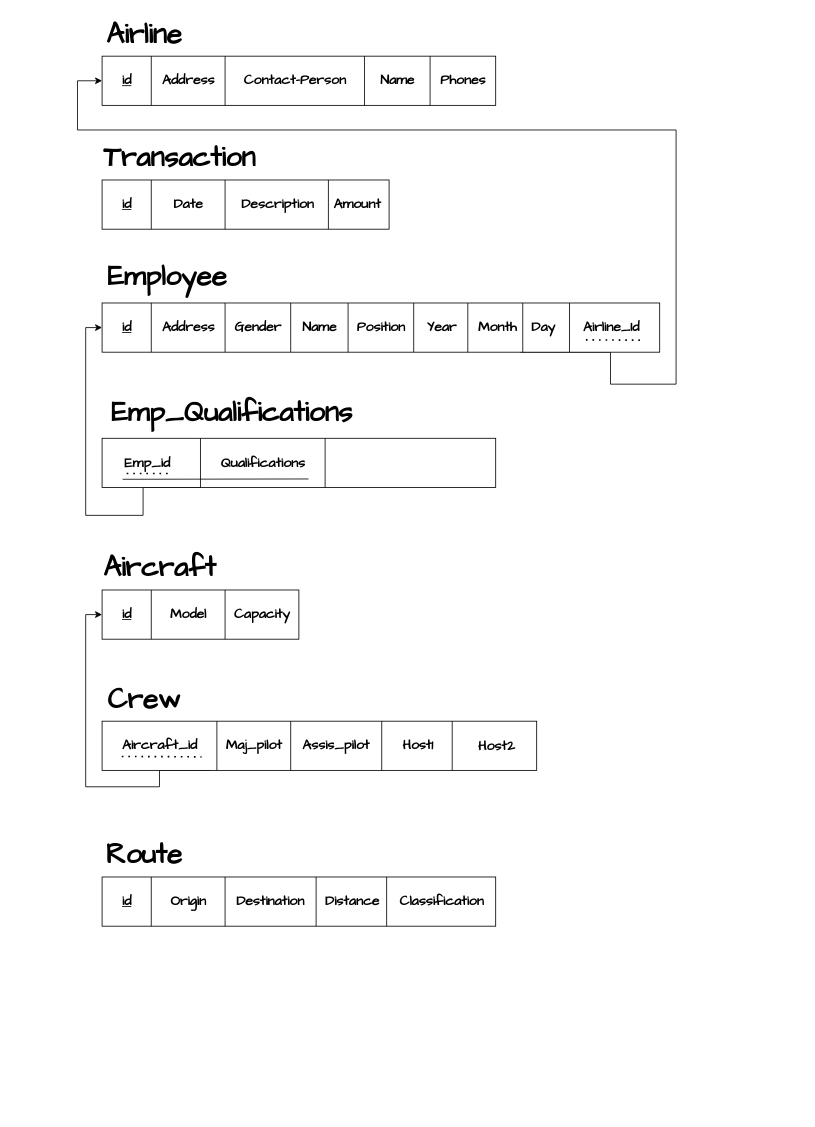
you22ef/ERDs keeps this draw.io diagram as Mapping.drawio. Above is the earlier version. Source tidied: cells renumbered, new cells numbered last; positions are measured from the earlier drawing's top-left corner, leaving out a move shared by most shapes. Both pictures are drawn from the tidied source at 82%, with x=0, y=0 at pixel (77, 14).
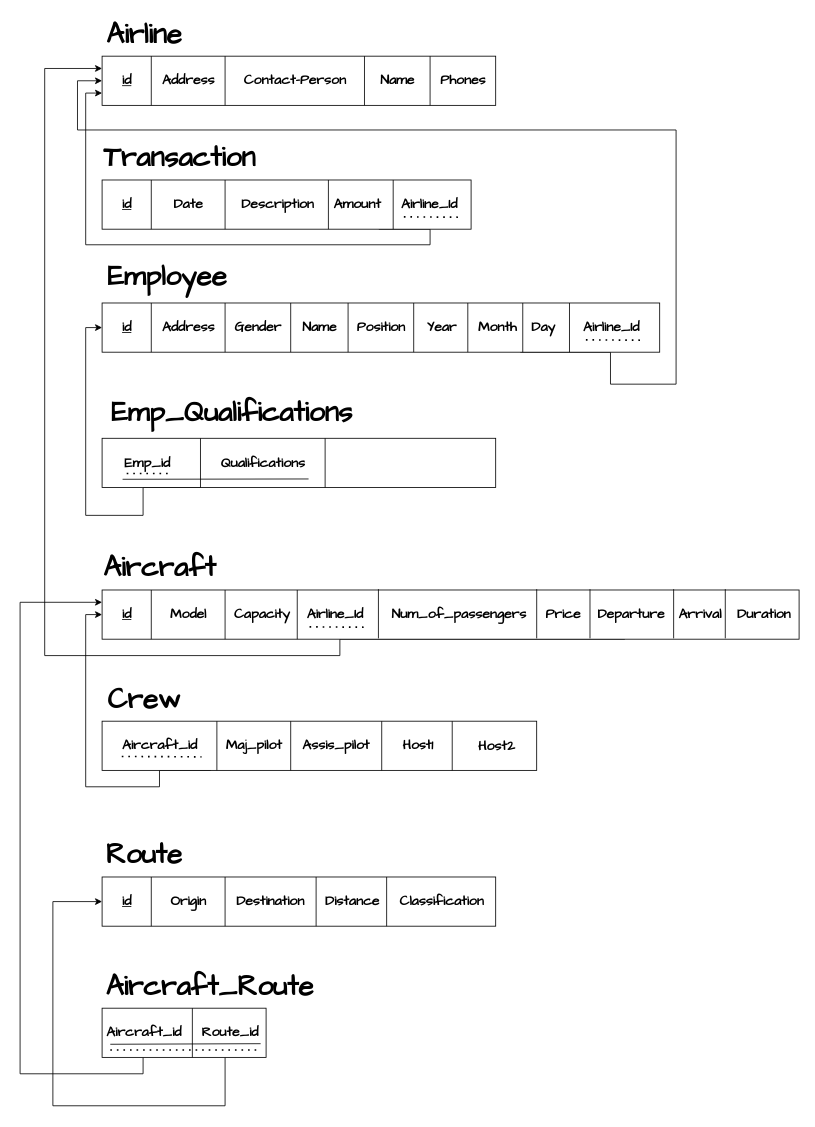
The same diagram, later.

The change refers to these unchanged cells:
```xml
<mxCell id="45" style="rounded=0;whiteSpace=wrap;html=1;" parent="1" vertex="1">
  <mxGeometry x="30" y="1052" width="480" height="60" as="geometry" />
</mxCell>
<mxCell id="69" style="rounded=0;whiteSpace=wrap;html=1;" parent="1" vertex="1">
  <mxGeometry x="30" y="51" width="480" height="60" as="geometry" />
</mxCell>
```

Diff of the diagram source:
```diff
@@
+    <mxCell id="83" style="edgeStyle=orthogonalEdgeStyle;rounded=0;jettySize=auto;html=1;exitX=0.75;exitY=1;exitDx=0;exitDy=0;entryX=0;entryY=0.75;entryDx=0;entryDy=0;" parent="1" edge="1" source="2" target="69">
+      <mxGeometry relative="1" as="geometry">
+        <Array as="points">
+          <mxPoint x="430" y="262" />
+          <mxPoint x="430" y="281" />
+          <mxPoint x="10" y="281" />
+          <mxPoint x="10" y="96" />
+        </Array>
+      </mxGeometry>
+    </mxCell>
     <mxCell id="2" style="rounded=0;whiteSpace=wrap;html=1;" parent="1" vertex="1">
-      <mxGeometry x="30" y="202" width="350" height="60" as="geometry" />
+      <mxGeometry x="30" y="202" width="450" height="60" as="geometry" />
     </mxCell>
@@
+    <mxCell id="84" style="edgeStyle=orthogonalEdgeStyle;rounded=0;jettySize=auto;html=1;exitX=0.75;exitY=1;exitDx=0;exitDy=0;entryX=0;entryY=0.25;entryDx=0;entryDy=0;" parent="1" edge="1" source="38" target="69">
+      <mxGeometry relative="1" as="geometry">
+        <Array as="points">
+          <mxPoint x="320" y="762" />
+          <mxPoint x="320" y="782" />
+          <mxPoint x="-40" y="782" />
+          <mxPoint x="-40" y="66" />
+        </Array>
+      </mxGeometry>
+    </mxCell>
     <mxCell id="38" style="rounded=0;whiteSpace=wrap;html=1;" parent="1" vertex="1">
-      <mxGeometry x="30" y="702" width="240" height="60" as="geometry" />
+      <mxGeometry x="30" y="702" width="850" height="60" as="geometry" />
     </mxCell>
@@
+    <mxCell id="85" style="endArrow=none;dashed=1;html=1;dashPattern=1 3;strokeWidth=2;rounded=0;entryX=0.912;entryY=1.013;entryDx=0;entryDy=0;entryPerimeter=0;" parent="1" edge="1" target="86">
+      <mxGeometry relative="1" as="geometry">
+        <mxPoint x="398" y="247" as="sourcePoint" />
+      </mxGeometry>
+    </mxCell>
+    <mxCell id="86" value="&lt;font face=&quot;Architects Daughter&quot;&gt;&lt;span style=&quot;font-size: 17px;&quot;&gt;&lt;b&gt;Airline_Id&lt;/b&gt;&lt;/span&gt;&lt;/font&gt;" style="text;html=1;align=center;verticalAlign=middle;points=[];strokeColor=none;fillColor=none;" parent="1" vertex="1">
+      <mxGeometry x="384" y="217" width="90" height="30" as="geometry" />
+    </mxCell>
+    <mxCell id="87" style="endArrow=none;html=1;rounded=0;" parent="1" edge="1">
+      <mxGeometry relative="1" as="geometry">
+        <mxPoint x="385" y="262" as="sourcePoint" />
+        <mxPoint x="385" y="202" as="targetPoint" />
+      </mxGeometry>
+    </mxCell>
+    <mxCell id="88" style="endArrow=none;html=1;rounded=0;" parent="1" edge="1">
+      <mxGeometry relative="1" as="geometry">
+        <mxPoint x="268" y="762" as="sourcePoint" />
+        <mxPoint x="268" y="702" as="targetPoint" />
+      </mxGeometry>
+    </mxCell>
+    <mxCell id="89" value="&lt;font face=&quot;Architects Daughter&quot;&gt;&lt;span style=&quot;font-size: 17px;&quot;&gt;&lt;b&gt;Airline_Id&lt;/b&gt;&lt;/span&gt;&lt;/font&gt;" style="text;html=1;align=center;verticalAlign=middle;points=[];strokeColor=none;fillColor=none;" parent="1" vertex="1">
+      <mxGeometry x="269" y="717" width="90" height="30" as="geometry" />
+    </mxCell>
+    <mxCell id="90" style="endArrow=none;dashed=1;html=1;dashPattern=1 3;strokeWidth=2;rounded=0;entryX=0.912;entryY=1.013;entryDx=0;entryDy=0;entryPerimeter=0;" parent="1" edge="1" target="89">
+      <mxGeometry relative="1" as="geometry">
+        <mxPoint x="283" y="747" as="sourcePoint" />
+      </mxGeometry>
+    </mxCell>
+    <mxCell id="91" style="edgeStyle=orthogonalEdgeStyle;rounded=0;jettySize=auto;html=1;exitX=0.25;exitY=1;exitDx=0;exitDy=0;entryX=0;entryY=0.25;entryDx=0;entryDy=0;" parent="1" edge="1" source="93" target="38">
+      <mxGeometry relative="1" as="geometry">
+        <Array as="points">
+          <mxPoint x="80" y="1292" />
+          <mxPoint x="-70" y="1292" />
+          <mxPoint x="-70" y="717" />
+        </Array>
+      </mxGeometry>
+    </mxCell>
+    <mxCell id="92" style="edgeStyle=orthogonalEdgeStyle;rounded=0;jettySize=auto;html=1;exitX=0.75;exitY=1;exitDx=0;exitDy=0;entryX=0;entryY=0.5;entryDx=0;entryDy=0;" parent="1" edge="1" source="93" target="45">
+      <mxGeometry relative="1" as="geometry">
+        <Array as="points">
+          <mxPoint x="180" y="1331" />
+          <mxPoint x="-30" y="1331" />
+          <mxPoint x="-30" y="1082" />
+        </Array>
+      </mxGeometry>
+    </mxCell>
+    <mxCell id="93" style="rounded=0;whiteSpace=wrap;html=1;" parent="1" vertex="1">
+      <mxGeometry x="30" y="1212" width="200" height="60" as="geometry" />
+    </mxCell>
+    <mxCell id="94" style="endArrow=none;html=1;rounded=0;" parent="1" edge="1">
+      <mxGeometry relative="1" as="geometry">
+        <mxPoint x="140.1" y="1272" as="sourcePoint" />
+        <mxPoint x="140.1" y="1212" as="targetPoint" />
+      </mxGeometry>
+    </mxCell>
+    <mxCell id="95" value="&lt;font style=&quot;font-size: 34px;&quot; face=&quot;Architects Daughter&quot;&gt;&lt;b&gt;Aircraft_Route&lt;/b&gt;&lt;/font&gt;" style="text;html=1;align=center;verticalAlign=middle;strokeColor=none;fillColor=none;" parent="1" vertex="1">
+      <mxGeometry x="21" y="1161" width="280" height="50" as="geometry" />
+    </mxCell>
+    <mxCell id="96" value="&lt;font style=&quot;font-size: 17px;&quot; face=&quot;Architects Daughter&quot;&gt;&lt;b&gt;Aircraft_id&lt;/b&gt;&lt;/font&gt;" style="text;html=1;align=center;verticalAlign=middle;strokeColor=none;fillColor=none;fontStyle=0;" parent="1" vertex="1">
+      <mxGeometry x="21" y="1227" width="120" height="30" as="geometry" />
+    </mxCell>
+    <mxCell id="97" value="&lt;font style=&quot;font-size: 17px;&quot; face=&quot;Architects Daughter&quot;&gt;&lt;b&gt;Route_id&lt;/b&gt;&lt;/font&gt;" style="text;html=1;align=center;verticalAlign=middle;points=[];strokeColor=none;fillColor=none;" parent="1" vertex="1">
+      <mxGeometry x="141" y="1227" width="90" height="30" as="geometry" />
+    </mxCell>
+    <mxCell id="98" style="endArrow=none;html=1;rounded=0;entryX=0.915;entryY=0.943;entryDx=0;entryDy=0;entryPerimeter=0;" parent="1" edge="1" target="97">
+      <mxGeometry relative="1" as="geometry">
+        <mxPoint x="40" y="1256" as="sourcePoint" />
+      </mxGeometry>
+    </mxCell>
+    <mxCell id="99" style="endArrow=none;dashed=1;html=1;dashPattern=1 3;strokeWidth=2;rounded=0;" parent="1" edge="1">
+      <mxGeometry relative="1" as="geometry">
+        <mxPoint x="40" y="1263" as="sourcePoint" />
+        <mxPoint x="223" y="1263" as="targetPoint" />
+      </mxGeometry>
+    </mxCell>
+    <mxCell id="100" value="&lt;font style=&quot;font-size: 17px;&quot; face=&quot;Architects Daughter&quot;&gt;&lt;b&gt;Num_of_passengers&lt;/b&gt;&lt;/font&gt;" style="text;html=1;align=center;verticalAlign=middle;strokeColor=none;fillColor=none;" parent="1" vertex="1">
+      <mxGeometry x="370" y="717" width="190" height="30" as="geometry" />
+    </mxCell>
+    <mxCell id="101" style="endArrow=none;html=1;rounded=0;" parent="1" edge="1">
+      <mxGeometry relative="1" as="geometry">
+        <mxPoint x="367" y="761" as="sourcePoint" />
+        <mxPoint x="367" y="701" as="targetPoint" />
+      </mxGeometry>
+    </mxCell>
+    <mxCell id="102" style="endArrow=none;html=1;rounded=0;" parent="1" edge="1">
+      <mxGeometry relative="1" as="geometry">
+        <mxPoint x="560" y="761" as="sourcePoint" />
+        <mxPoint x="560" y="701" as="targetPoint" />
+      </mxGeometry>
+    </mxCell>
+    <mxCell id="103" value="&lt;font style=&quot;font-size: 17px;&quot; face=&quot;Architects Daughter&quot;&gt;&lt;b&gt;Price&lt;/b&gt;&lt;/font&gt;" style="text;html=1;align=center;verticalAlign=middle;strokeColor=none;fillColor=none;" parent="1" vertex="1">
+      <mxGeometry x="557" y="717" width="70" height="30" as="geometry" />
+    </mxCell>
+    <mxCell id="104" style="endArrow=none;html=1;rounded=0;" parent="1" edge="1">
+      <mxGeometry relative="1" as="geometry">
+        <mxPoint x="625" y="761" as="sourcePoint" />
+        <mxPoint x="625" y="701" as="targetPoint" />
+      </mxGeometry>
+    </mxCell>
+    <mxCell id="105" value="&lt;font style=&quot;font-size: 17px;&quot; face=&quot;Architects Daughter&quot;&gt;&lt;b&gt;Departure&lt;/b&gt;&lt;/font&gt;" style="text;html=1;align=center;verticalAlign=middle;strokeColor=none;fillColor=none;" parent="1" vertex="1">
+      <mxGeometry x="620" y="717" width="110" height="30" as="geometry" />
+    </mxCell>
+    <mxCell id="106" value="&lt;font style=&quot;font-size: 17px;&quot; face=&quot;Architects Daughter&quot;&gt;&lt;b&gt;Arrival&lt;/b&gt;&lt;/font&gt;" style="text;html=1;align=center;verticalAlign=middle;strokeColor=none;fillColor=none;" parent="1" vertex="1">
+      <mxGeometry x="719" y="717" width="80" height="30" as="geometry" />
+    </mxCell>
+    <mxCell id="107" style="endArrow=none;html=1;rounded=0;" parent="1" edge="1">
+      <mxGeometry relative="1" as="geometry">
+        <mxPoint x="727" y="761" as="sourcePoint" />
+        <mxPoint x="727" y="701" as="targetPoint" />
+      </mxGeometry>
+    </mxCell>
+    <mxCell id="108" style="endArrow=none;html=1;rounded=0;" parent="1" edge="1">
+      <mxGeometry relative="1" as="geometry">
+        <mxPoint x="790" y="761" as="sourcePoint" />
+        <mxPoint x="790" y="701" as="targetPoint" />
+      </mxGeometry>
+    </mxCell>
+    <mxCell id="109" value="&lt;font style=&quot;font-size: 17px;&quot; face=&quot;Architects Daughter&quot;&gt;&lt;b&gt;Duration&lt;/b&gt;&lt;/font&gt;" style="text;html=1;align=center;verticalAlign=middle;strokeColor=none;fillColor=none;" parent="1" vertex="1">
+      <mxGeometry x="792" y="717" width="90" height="30" as="geometry" />
+    </mxCell>
```
